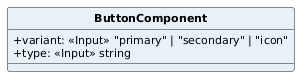
The PlantUML diagram PB/Specifica Tecnica/ImmaginiSpecificaTecnica/ClassiSingoleFrontendMicro/ButtonComponent.png in aLittleByte-19/Documentazione, before a commit.
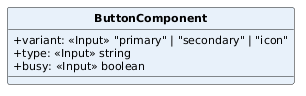
Above is the later version.

Change to the diagram source:
```diff
@@ -8,5 +8,6 @@
 class ButtonComponent #E8F1FA {
   +variant: <<Input>> "primary" | "secondary" | "icon"
   +type: <<Input>> string
+  +busy: <<Input>> boolean
 }
 @enduml
```
